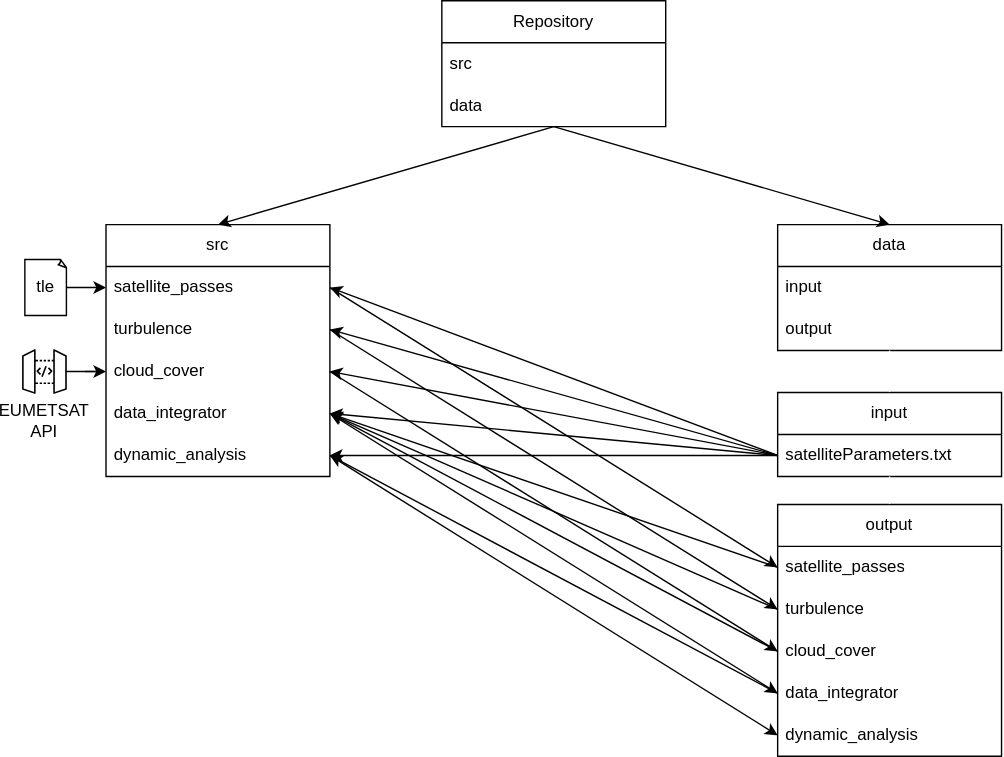
This is assets/software_architecture_vF.svg from connor-a-casey/fso-simulation, a draw.io export, as it was before one commit. Source tidied: cells renumbered, new cells last; positions are measured from the earlier drawing's top-left corner, leaving out a move shared by most shapes.
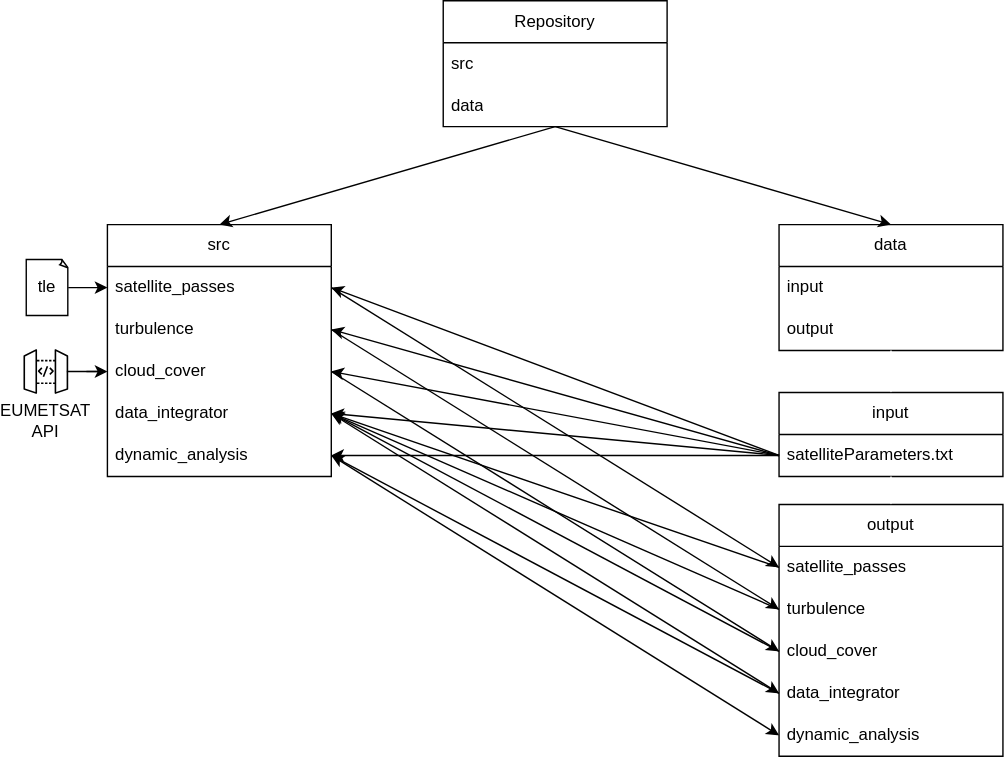
The same diagram one commit later.

Diff of the diagram source:
```diff
@@ -2,7 +2,10 @@
   <root>
     <mxCell id="0" />
     <mxCell id="1" parent="0" />
+    <mxCell id="50" style="group;" parent="1" vertex="1">
+      <mxGeometry x="-6" y="210" width="710" height="540" as="geometry" />
+    </mxCell>
-    <mxCell id="2" value="Repository" style="swimlane;fontStyle=0;horizontal=1;startSize=30;whiteSpace=wrap;html=1;fillColor=none;" parent="1" vertex="1">
+    <mxCell id="2" value="Repository" style="swimlane;fontStyle=0;horizontal=1;startSize=30;whiteSpace=wrap;html=1;fillColor=none;" parent="50" vertex="1">
       <mxGeometry x="314" width="160" height="90" as="geometry" />
     </mxCell>
     <mxCell id="3" value="src" style="text;fillColor=none;align=left;verticalAlign=middle;spacingLeft=4;spacingRight=4;overflow=hidden;whiteSpace=wrap;html=1;" parent="2" vertex="1">
@@ -11,7 +14,7 @@
     <mxCell id="4" value="data" style="text;fillColor=none;align=left;verticalAlign=middle;spacingLeft=4;spacingRight=4;overflow=hidden;whiteSpace=wrap;html=1;" parent="2" vertex="1">
       <mxGeometry y="60" width="160" height="30" as="geometry" />
     </mxCell>
-    <mxCell id="5" value="src" style="swimlane;fontStyle=0;horizontal=1;startSize=30;whiteSpace=wrap;html=1;fillColor=none;" parent="1" vertex="1">
+    <mxCell id="5" value="src" style="swimlane;fontStyle=0;horizontal=1;startSize=30;whiteSpace=wrap;html=1;fillColor=none;" parent="50" vertex="1">
       <mxGeometry x="74" y="160" width="160" height="180" as="geometry" />
     </mxCell>
     <mxCell id="6" value="satellite_passes" style="text;fillColor=none;align=left;verticalAlign=middle;spacingLeft=4;spacingRight=4;overflow=hidden;points=[[0,0.5],[1,0.5]];portConstraint=eastwest;whiteSpace=wrap;html=1;" parent="5" vertex="1">
@@ -29,7 +32,7 @@
     <mxCell id="10" value="dynamic_analysis" style="text;fillColor=none;align=left;verticalAlign=middle;spacingLeft=4;spacingRight=4;overflow=hidden;points=[[0,0.5],[1,0.5]];portConstraint=eastwest;whiteSpace=wrap;html=1;" parent="5" vertex="1">
       <mxGeometry y="150" width="160" height="30" as="geometry" />
     </mxCell>
-    <mxCell id="11" value="data" style="swimlane;fontStyle=0;horizontal=1;startSize=30;whiteSpace=wrap;html=1;fillColor=none;" parent="1" vertex="1">
+    <mxCell id="11" value="data" style="swimlane;fontStyle=0;horizontal=1;startSize=30;whiteSpace=wrap;html=1;fillColor=none;" parent="50" vertex="1">
       <mxGeometry x="554" y="160" width="160" height="90" as="geometry" />
     </mxCell>
     <mxCell id="12" value="input" style="text;fillColor=none;align=left;verticalAlign=middle;spacingLeft=4;spacingRight=4;overflow=hidden;whiteSpace=wrap;html=1;" parent="11" vertex="1">
@@ -38,13 +41,13 @@
     <mxCell id="13" value="output" style="text;fillColor=none;align=left;verticalAlign=middle;spacingLeft=4;spacingRight=4;overflow=hidden;whiteSpace=wrap;html=1;" parent="11" vertex="1">
       <mxGeometry y="60" width="160" height="30" as="geometry" />
     </mxCell>
-    <mxCell id="14" value="input" style="swimlane;fontStyle=0;horizontal=1;startSize=30;whiteSpace=wrap;html=1;fillColor=none;" parent="1" vertex="1">
+    <mxCell id="14" value="input" style="swimlane;fontStyle=0;horizontal=1;startSize=30;whiteSpace=wrap;html=1;fillColor=none;" parent="50" vertex="1">
       <mxGeometry x="554" y="280" width="160" height="60" as="geometry" />
     </mxCell>
     <mxCell id="15" value="satelliteParameters.txt" style="text;fillColor=none;align=left;verticalAlign=middle;spacingLeft=4;spacingRight=4;overflow=hidden;points=[[0,0.5],[1,0.5]];portConstraint=eastwest;whiteSpace=wrap;html=1;" parent="14" vertex="1">
       <mxGeometry y="30" width="160" height="30" as="geometry" />
     </mxCell>
-    <mxCell id="16" value="output" style="swimlane;fontStyle=0;horizontal=1;startSize=30;whiteSpace=wrap;html=1;fillColor=none;" parent="1" vertex="1">
+    <mxCell id="16" value="output" style="swimlane;fontStyle=0;horizontal=1;startSize=30;whiteSpace=wrap;html=1;fillColor=none;" parent="50" vertex="1">
       <mxGeometry x="554" y="360" width="160" height="180" as="geometry" />
     </mxCell>
     <mxCell id="17" value="satellite_passes" style="text;fillColor=none;align=left;verticalAlign=middle;spacingLeft=4;spacingRight=4;overflow=hidden;points=[[0,0.5],[1,0.5]];portConstraint=eastwest;whiteSpace=wrap;html=1;" parent="16" vertex="1">
@@ -62,95 +65,95 @@
     <mxCell id="21" value="dynamic_analysis" style="text;fillColor=none;align=left;verticalAlign=middle;spacingLeft=4;spacingRight=4;overflow=hidden;points=[[0,0.5],[1,0.5]];portConstraint=eastwest;whiteSpace=wrap;html=1;" parent="16" vertex="1">
       <mxGeometry y="150" width="160" height="30" as="geometry" />
     </mxCell>
-    <mxCell id="22" style="endArrow=classic;html=1;rounded=0;exitX=0.5;exitY=1;exitDx=0;exitDy=0;fontColor=#FFFFFF;fillColor=none;" parent="1" edge="1" source="2">
+    <mxCell id="22" style="endArrow=classic;html=1;rounded=0;exitX=0.5;exitY=1;exitDx=0;exitDy=0;fontColor=#FFFFFF;fillColor=none;" parent="50" edge="1" source="2">
       <mxGeometry relative="1" as="geometry">
         <mxPoint x="154" y="160" as="targetPoint" />
       </mxGeometry>
     </mxCell>
-    <mxCell id="23" style="endArrow=classic;html=1;rounded=0;exitX=0.5;exitY=1;exitDx=0;exitDy=0;entryX=0.5;entryY=0;entryDx=0;entryDy=0;fontColor=#FFFFFF;fillColor=none;" parent="1" edge="1" source="2" target="11">
+    <mxCell id="23" style="endArrow=classic;html=1;rounded=0;exitX=0.5;exitY=1;exitDx=0;exitDy=0;entryX=0.5;entryY=0;entryDx=0;entryDy=0;fontColor=#FFFFFF;fillColor=none;" parent="50" edge="1" source="2" target="11">
       <mxGeometry relative="1" as="geometry" />
     </mxCell>
-    <mxCell id="24" style="endArrow=classic;html=1;rounded=0;exitX=0.5;exitY=1;exitDx=0;exitDy=0;entryX=0.5;entryY=0;entryDx=0;entryDy=0;strokeColor=#FFFFFF;fontColor=#FFFFFF;" parent="1" edge="1" source="11" target="14">
+    <mxCell id="24" style="endArrow=classic;html=1;rounded=0;exitX=0.5;exitY=1;exitDx=0;exitDy=0;entryX=0.5;entryY=0;entryDx=0;entryDy=0;strokeColor=#FFFFFF;fontColor=#FFFFFF;" parent="50" edge="1" source="11" target="14">
       <mxGeometry relative="1" as="geometry" />
     </mxCell>
-    <mxCell id="25" style="endArrow=classic;html=1;rounded=0;entryX=0.5;entryY=0;entryDx=0;entryDy=0;strokeColor=#FFFFFF;fontColor=#FFFFFF;" parent="1" edge="1" target="16">
+    <mxCell id="25" style="endArrow=classic;html=1;rounded=0;entryX=0.5;entryY=0;entryDx=0;entryDy=0;strokeColor=#FFFFFF;fontColor=#FFFFFF;" parent="50" edge="1" target="16">
       <mxGeometry relative="1" as="geometry">
         <mxPoint x="634" y="340" as="sourcePoint" />
       </mxGeometry>
     </mxCell>
-    <mxCell id="26" style="endArrow=classic;html=1;rounded=0;exitX=0;exitY=0.5;exitDx=0;exitDy=0;entryX=1;entryY=0.5;entryDx=0;entryDy=0;fontColor=#FFFFFF;fillColor=none;" parent="1" edge="1" source="15" target="6">
+    <mxCell id="26" style="endArrow=classic;html=1;rounded=0;exitX=0;exitY=0.5;exitDx=0;exitDy=0;entryX=1;entryY=0.5;entryDx=0;entryDy=0;fontColor=#FFFFFF;fillColor=none;" parent="50" edge="1" source="15" target="6">
       <mxGeometry relative="1" as="geometry" />
     </mxCell>
-    <mxCell id="27" style="endArrow=classic;html=1;rounded=0;exitX=0;exitY=0.5;exitDx=0;exitDy=0;entryX=1;entryY=0.5;entryDx=0;entryDy=0;fontColor=#FFFFFF;fillColor=none;" parent="1" edge="1" source="15" target="7">
+    <mxCell id="27" style="endArrow=classic;html=1;rounded=0;exitX=0;exitY=0.5;exitDx=0;exitDy=0;entryX=1;entryY=0.5;entryDx=0;entryDy=0;fontColor=#FFFFFF;fillColor=none;" parent="50" edge="1" source="15" target="7">
       <mxGeometry relative="1" as="geometry" />
     </mxCell>
-    <mxCell id="28" style="endArrow=classic;html=1;rounded=0;exitX=0;exitY=0.5;exitDx=0;exitDy=0;entryX=1;entryY=0.5;entryDx=0;entryDy=0;fontColor=#FFFFFF;fillColor=none;" parent="1" edge="1" source="15" target="8">
+    <mxCell id="28" style="endArrow=classic;html=1;rounded=0;exitX=0;exitY=0.5;exitDx=0;exitDy=0;entryX=1;entryY=0.5;entryDx=0;entryDy=0;fontColor=#FFFFFF;fillColor=none;" parent="50" edge="1" source="15" target="8">
       <mxGeometry relative="1" as="geometry" />
     </mxCell>
-    <mxCell id="29" style="endArrow=classic;html=1;rounded=0;exitX=0;exitY=0.5;exitDx=0;exitDy=0;entryX=1;entryY=0.5;entryDx=0;entryDy=0;fontColor=#FFFFFF;fillColor=none;" parent="1" edge="1" source="15" target="9">
+    <mxCell id="29" style="endArrow=classic;html=1;rounded=0;exitX=0;exitY=0.5;exitDx=0;exitDy=0;entryX=1;entryY=0.5;entryDx=0;entryDy=0;fontColor=#FFFFFF;fillColor=none;" parent="50" edge="1" source="15" target="9">
       <mxGeometry relative="1" as="geometry" />
     </mxCell>
-    <mxCell id="30" style="endArrow=classic;html=1;rounded=0;exitX=0;exitY=0.5;exitDx=0;exitDy=0;entryX=1;entryY=0.5;entryDx=0;entryDy=0;fontColor=#FFFFFF;fillColor=none;" parent="1" edge="1" source="15" target="10">
+    <mxCell id="30" style="endArrow=classic;html=1;rounded=0;exitX=0;exitY=0.5;exitDx=0;exitDy=0;entryX=1;entryY=0.5;entryDx=0;entryDy=0;fontColor=#FFFFFF;fillColor=none;" parent="50" edge="1" source="15" target="10">
       <mxGeometry relative="1" as="geometry" />
     </mxCell>
-    <mxCell id="31" style="endArrow=classic;html=1;rounded=0;exitX=0.5;exitY=1;exitDx=0;exitDy=0;entryX=0.5;entryY=0;entryDx=0;entryDy=0;strokeColor=#FFFFFF;fontColor=#FFFFFF;" parent="1" edge="1" source="6" target="7">
+    <mxCell id="31" style="endArrow=classic;html=1;rounded=0;exitX=0.5;exitY=1;exitDx=0;exitDy=0;entryX=0.5;entryY=0;entryDx=0;entryDy=0;strokeColor=#FFFFFF;fontColor=#FFFFFF;" parent="50" edge="1" source="6" target="7">
       <mxGeometry relative="1" as="geometry" />
     </mxCell>
-    <mxCell id="32" style="endArrow=classic;html=1;rounded=0;exitX=0.5;exitY=1;exitDx=0;exitDy=0;entryX=0.5;entryY=0;entryDx=0;entryDy=0;strokeColor=#FFFFFF;fontColor=#FFFFFF;" parent="1" edge="1" source="7" target="8">
+    <mxCell id="32" style="endArrow=classic;html=1;rounded=0;exitX=0.5;exitY=1;exitDx=0;exitDy=0;entryX=0.5;entryY=0;entryDx=0;entryDy=0;strokeColor=#FFFFFF;fontColor=#FFFFFF;" parent="50" edge="1" source="7" target="8">
       <mxGeometry relative="1" as="geometry" />
     </mxCell>
-    <mxCell id="33" style="endArrow=classic;html=1;rounded=0;exitX=0.5;exitY=1;exitDx=0;exitDy=0;entryX=0.5;entryY=0;entryDx=0;entryDy=0;strokeColor=#FFFFFF;fontColor=#FFFFFF;" parent="1" edge="1" source="8" target="9">
+    <mxCell id="33" style="endArrow=classic;html=1;rounded=0;exitX=0.5;exitY=1;exitDx=0;exitDy=0;entryX=0.5;entryY=0;entryDx=0;entryDy=0;strokeColor=#FFFFFF;fontColor=#FFFFFF;" parent="50" edge="1" source="8" target="9">
       <mxGeometry relative="1" as="geometry" />
     </mxCell>
-    <mxCell id="34" style="endArrow=classic;html=1;rounded=0;exitX=0.5;exitY=1;exitDx=0;exitDy=0;entryX=0.5;entryY=0;entryDx=0;entryDy=0;strokeColor=#FFFFFF;fontColor=#FFFFFF;" parent="1" edge="1" source="9" target="10">
+    <mxCell id="34" style="endArrow=classic;html=1;rounded=0;exitX=0.5;exitY=1;exitDx=0;exitDy=0;entryX=0.5;entryY=0;entryDx=0;entryDy=0;strokeColor=#FFFFFF;fontColor=#FFFFFF;" parent="50" edge="1" source="9" target="10">
       <mxGeometry relative="1" as="geometry" />
     </mxCell>
-    <mxCell id="35" style="endArrow=classic;html=1;rounded=0;exitX=1;exitY=0.5;exitDx=0;exitDy=0;entryX=0;entryY=0.5;entryDx=0;entryDy=0;fontColor=#FFFFFF;fillColor=none;" parent="1" edge="1" source="6" target="17">
+    <mxCell id="35" style="endArrow=classic;html=1;rounded=0;exitX=1;exitY=0.5;exitDx=0;exitDy=0;entryX=0;entryY=0.5;entryDx=0;entryDy=0;fontColor=#FFFFFF;fillColor=none;" parent="50" edge="1" source="6" target="17">
       <mxGeometry relative="1" as="geometry" />
     </mxCell>
-    <mxCell id="36" style="endArrow=classic;html=1;rounded=0;exitX=1;exitY=0.5;exitDx=0;exitDy=0;entryX=0;entryY=0.5;entryDx=0;entryDy=0;fontColor=#FFFFFF;fillColor=none;" parent="1" edge="1" source="7" target="18">
+    <mxCell id="36" style="endArrow=classic;html=1;rounded=0;exitX=1;exitY=0.5;exitDx=0;exitDy=0;entryX=0;entryY=0.5;entryDx=0;entryDy=0;fontColor=#FFFFFF;fillColor=none;" parent="50" edge="1" source="7" target="18">
       <mxGeometry relative="1" as="geometry" />
     </mxCell>
-    <mxCell id="37" style="endArrow=classic;html=1;rounded=0;exitX=1;exitY=0.5;exitDx=0;exitDy=0;entryX=0;entryY=0.5;entryDx=0;entryDy=0;fontColor=#FFFFFF;fillColor=none;" parent="1" edge="1" source="8" target="19">
+    <mxCell id="37" style="endArrow=classic;html=1;rounded=0;exitX=1;exitY=0.5;exitDx=0;exitDy=0;entryX=0;entryY=0.5;entryDx=0;entryDy=0;fontColor=#FFFFFF;fillColor=none;" parent="50" edge="1" source="8" target="19">
       <mxGeometry relative="1" as="geometry" />
     </mxCell>
-    <mxCell id="38" style="endArrow=classic;html=1;rounded=0;exitX=1;exitY=0.5;exitDx=0;exitDy=0;entryX=0;entryY=0.5;entryDx=0;entryDy=0;fontColor=#FFFFFF;fillColor=none;" parent="1" edge="1" source="9" target="20">
+    <mxCell id="38" style="endArrow=classic;html=1;rounded=0;exitX=1;exitY=0.5;exitDx=0;exitDy=0;entryX=0;entryY=0.5;entryDx=0;entryDy=0;fontColor=#FFFFFF;fillColor=none;" parent="50" edge="1" source="9" target="20">
       <mxGeometry relative="1" as="geometry" />
     </mxCell>
-    <mxCell id="39" style="endArrow=classic;html=1;rounded=0;exitX=1;exitY=0.5;exitDx=0;exitDy=0;entryX=0;entryY=0.5;entryDx=0;entryDy=0;fontColor=#FFFFFF;fillColor=none;" parent="1" edge="1" source="10" target="21">
+    <mxCell id="39" style="endArrow=classic;html=1;rounded=0;exitX=1;exitY=0.5;exitDx=0;exitDy=0;entryX=0;entryY=0.5;entryDx=0;entryDy=0;fontColor=#FFFFFF;fillColor=none;" parent="50" edge="1" source="10" target="21">
       <mxGeometry relative="1" as="geometry" />
     </mxCell>
-    <mxCell id="40" style="endArrow=classic;html=1;rounded=0;exitX=0;exitY=0.5;exitDx=0;exitDy=0;entryX=1;entryY=0.5;entryDx=0;entryDy=0;fontColor=#FFFFFF;fillColor=none;" parent="1" edge="1" source="17" target="9">
+    <mxCell id="40" style="endArrow=classic;html=1;rounded=0;exitX=0;exitY=0.5;exitDx=0;exitDy=0;entryX=1;entryY=0.5;entryDx=0;entryDy=0;fontColor=#FFFFFF;fillColor=none;" parent="50" edge="1" source="17" target="9">
       <mxGeometry relative="1" as="geometry" />
     </mxCell>
-    <mxCell id="41" style="endArrow=classic;html=1;rounded=0;exitX=0;exitY=0.5;exitDx=0;exitDy=0;entryX=1;entryY=0.5;entryDx=0;entryDy=0;fontColor=#FFFFFF;fillColor=none;" parent="1" edge="1" source="18" target="9">
+    <mxCell id="41" style="endArrow=classic;html=1;rounded=0;exitX=0;exitY=0.5;exitDx=0;exitDy=0;entryX=1;entryY=0.5;entryDx=0;entryDy=0;fontColor=#FFFFFF;fillColor=none;" parent="50" edge="1" source="18" target="9">
       <mxGeometry relative="1" as="geometry" />
     </mxCell>
-    <mxCell id="42" style="endArrow=classic;html=1;rounded=0;exitX=0;exitY=0.5;exitDx=0;exitDy=0;entryX=1;entryY=0.5;entryDx=0;entryDy=0;fontColor=#FFFFFF;fillColor=none;" parent="1" edge="1" source="19" target="9">
+    <mxCell id="42" style="endArrow=classic;html=1;rounded=0;exitX=0;exitY=0.5;exitDx=0;exitDy=0;entryX=1;entryY=0.5;entryDx=0;entryDy=0;fontColor=#FFFFFF;fillColor=none;" parent="50" edge="1" source="19" target="9">
       <mxGeometry relative="1" as="geometry" />
     </mxCell>
-    <mxCell id="43" style="endArrow=classic;html=1;rounded=0;exitX=0;exitY=0.5;exitDx=0;exitDy=0;entryX=1;entryY=0.5;entryDx=0;entryDy=0;fontColor=#FFFFFF;fillColor=none;" parent="1" edge="1" source="20" target="10">
+    <mxCell id="43" style="endArrow=classic;html=1;rounded=0;exitX=0;exitY=0.5;exitDx=0;exitDy=0;entryX=1;entryY=0.5;entryDx=0;entryDy=0;fontColor=#FFFFFF;fillColor=none;" parent="50" edge="1" source="20" target="10">
       <mxGeometry relative="1" as="geometry" />
     </mxCell>
-    <mxCell id="44" style="edgeStyle=orthogonalEdgeStyle;rounded=0;jettySize=auto;html=1;entryX=0;entryY=0.5;entryDx=0;entryDy=0;fontColor=#FFFFFF;fillColor=none;" parent="1" edge="1" source="45" target="6">
+    <mxCell id="44" style="edgeStyle=orthogonalEdgeStyle;rounded=0;jettySize=auto;html=1;entryX=0;entryY=0.5;entryDx=0;entryDy=0;fontColor=#FFFFFF;fillColor=none;" parent="50" edge="1" source="45" target="6">
       <mxGeometry relative="1" as="geometry" />
     </mxCell>
-    <mxCell id="45" value="tle" style="whiteSpace=wrap;html=1;shape=mxgraph.basic.document;fillColor=none;" parent="1" vertex="1">
+    <mxCell id="45" value="tle" style="whiteSpace=wrap;html=1;shape=mxgraph.basic.document;fillColor=none;" parent="50" vertex="1">
       <mxGeometry x="16" y="185" width="30" height="40" as="geometry" />
     </mxCell>
-    <mxCell id="46" style="edgeStyle=orthogonalEdgeStyle;rounded=0;orthogonalLoop=1;jettySize=auto;html=1;entryX=0;entryY=0.5;entryDx=0;entryDy=0;fontColor=#FFFFFF;fillColor=none;" parent="1" edge="1">
+    <mxCell id="46" style="edgeStyle=orthogonalEdgeStyle;rounded=0;orthogonalLoop=1;jettySize=auto;html=1;entryX=0;entryY=0.5;entryDx=0;entryDy=0;fontColor=#FFFFFF;fillColor=none;" parent="50" edge="1">
       <mxGeometry relative="1" as="geometry">
         <mxPoint x="59" y="265" as="sourcePoint" />
         <mxPoint x="74" y="265" as="targetPoint" />
       </mxGeometry>
     </mxCell>
-    <mxCell id="47" style="sketch=0;dashed=0;verticalLabelPosition=bottom;verticalAlign=top;align=center;html=1;fontSize=12;fontStyle=0;shape=mxgraph.aws4.resourceIcon;resIcon=mxgraph.aws4.api_gateway;fillStyle=solid;fillColor=none;" parent="1" vertex="1">
+    <mxCell id="47" style="sketch=0;dashed=0;verticalLabelPosition=bottom;verticalAlign=top;align=center;html=1;fontSize=12;fontStyle=0;shape=mxgraph.aws4.resourceIcon;resIcon=mxgraph.aws4.api_gateway;fillStyle=solid;fillColor=none;" parent="50" vertex="1">
       <mxGeometry x="9" y="245" width="42" height="40" as="geometry" />
     </mxCell>
-    <mxCell id="48" style="line;strokeWidth=1;fillColor=none;align=left;verticalAlign=middle;spacingTop=-1;spacingLeft=3;spacingRight=3;labelPosition=right;" parent="1" vertex="1">
+    <mxCell id="48" style="line;strokeWidth=1;fillColor=none;align=left;verticalAlign=middle;spacingTop=-1;spacingLeft=3;spacingRight=3;labelPosition=right;" parent="50" vertex="1">
       <mxGeometry x="45" y="261" width="25" height="8" as="geometry" />
     </mxCell>
-    <mxCell id="49" value="&lt;div&gt;EUMETSAT&lt;/div&gt;&lt;div&gt;API&lt;br&gt;&lt;/div&gt;" style="text;align=center;fillColor=none;html=1;verticalAlign=middle;whiteSpace=wrap;rounded=0;" parent="1" vertex="1">
+    <mxCell id="49" value="&lt;div&gt;EUMETSAT&lt;/div&gt;&lt;div&gt;API&lt;br&gt;&lt;/div&gt;" style="text;align=center;fillColor=none;html=1;verticalAlign=middle;whiteSpace=wrap;rounded=0;" parent="50" vertex="1">
       <mxGeometry y="285" width="60" height="30" as="geometry" />
     </mxCell>
   </root>
```
